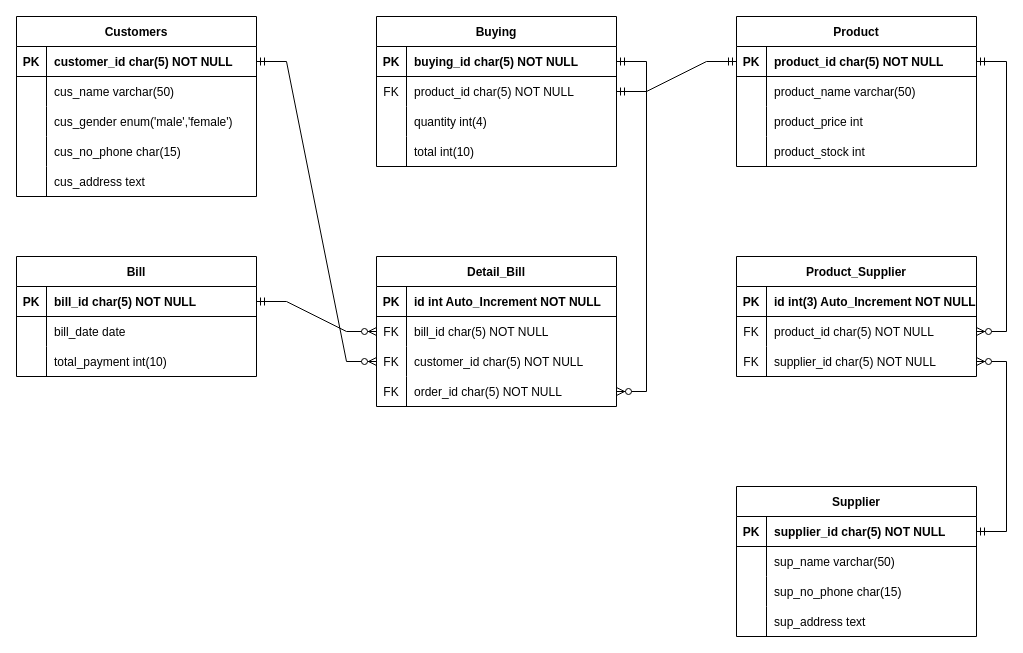
This is Retail-TPA4.drawio from aznfl/Online-Retail-Database-Design, a draw.io file, before an edit. Source tidied: cells renumbered, new cells numbered last; positions are measured from the earlier drawing's top-left corner, leaving out a move shared by most shapes. Both pictures are drawn from the tidied source at 100%, with x=0, y=0 at pixel (16, 16).
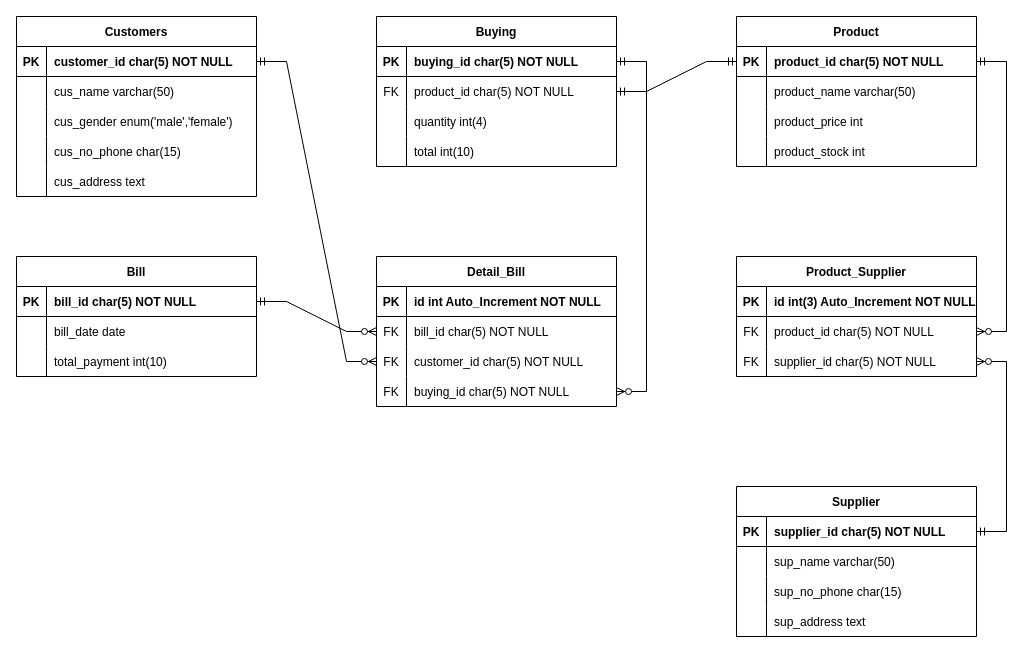
After the change.

The change refers to these unchanged cells:
```xml
<mxCell id="12" style="shape=tableRow;horizontal=0;startSize=0;swimlaneHead=0;swimlaneBody=0;fillColor=none;points=[[0,0.5],[1,0.5]];portConstraint=eastwest;top=0;left=0;right=0;bottom=0;" parent="2" vertex="1">
  <mxGeometry y="120" width="240" height="30" as="geometry" />
</mxCell>
```

Diff of the diagram source:
```diff
@@
-    <mxCell id="14" value="order_id char(5) NOT NULL" style="shape=partialRectangle;fillColor=none;top=0;left=0;bottom=0;right=0;align=left;spacingLeft=6;overflow=hidden;" parent="12" vertex="1">
+    <mxCell id="14" value="buying_id char(5) NOT NULL" style="shape=partialRectangle;fillColor=none;top=0;left=0;bottom=0;right=0;align=left;spacingLeft=6;overflow=hidden;" parent="12" vertex="1">
       <mxGeometry x="30" width="210" height="30" as="geometry" />
     </mxCell>
```
